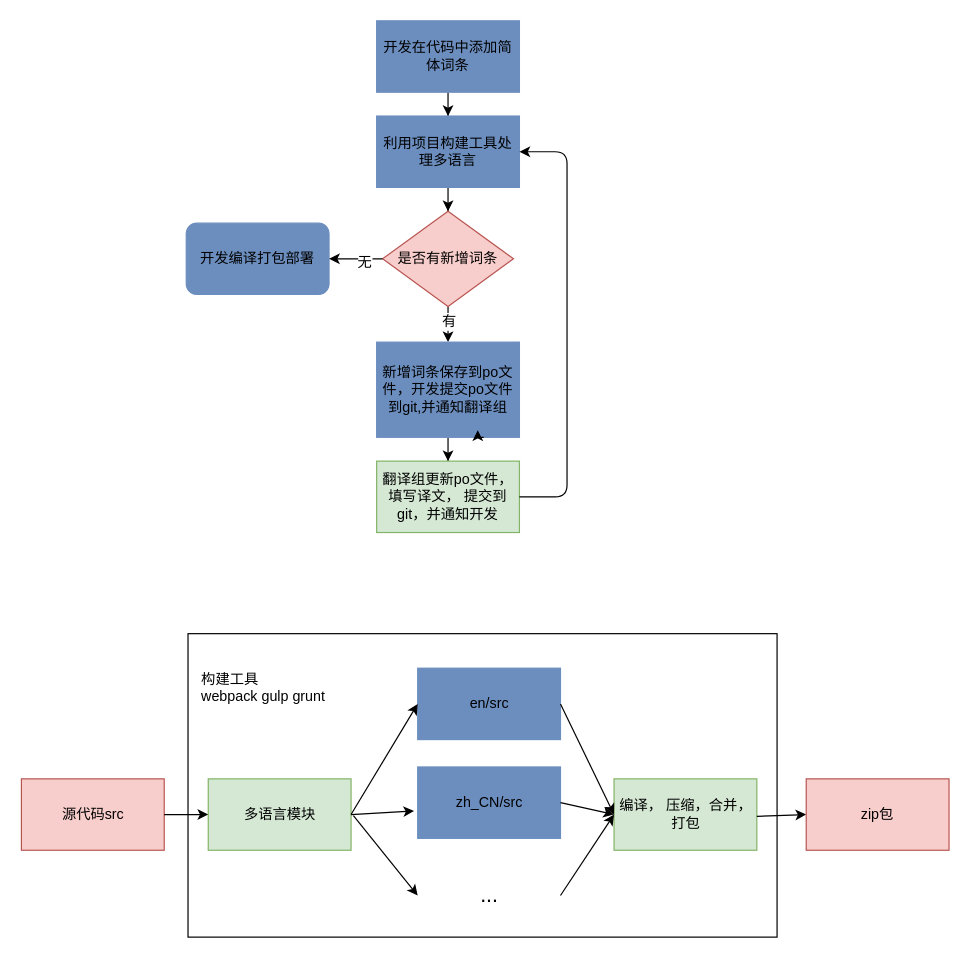
Before: Untitled Diagram.drawio in huanglijiao/workspace, a draw.io diagram. Source tidied: cells renumbered, new cells numbered last; positions are measured from the earlier drawing's top-left corner, leaving out a move shared by most shapes. Both pictures are drawn from the tidied source at 119%, with x=0, y=0 at pixel (21, 20).
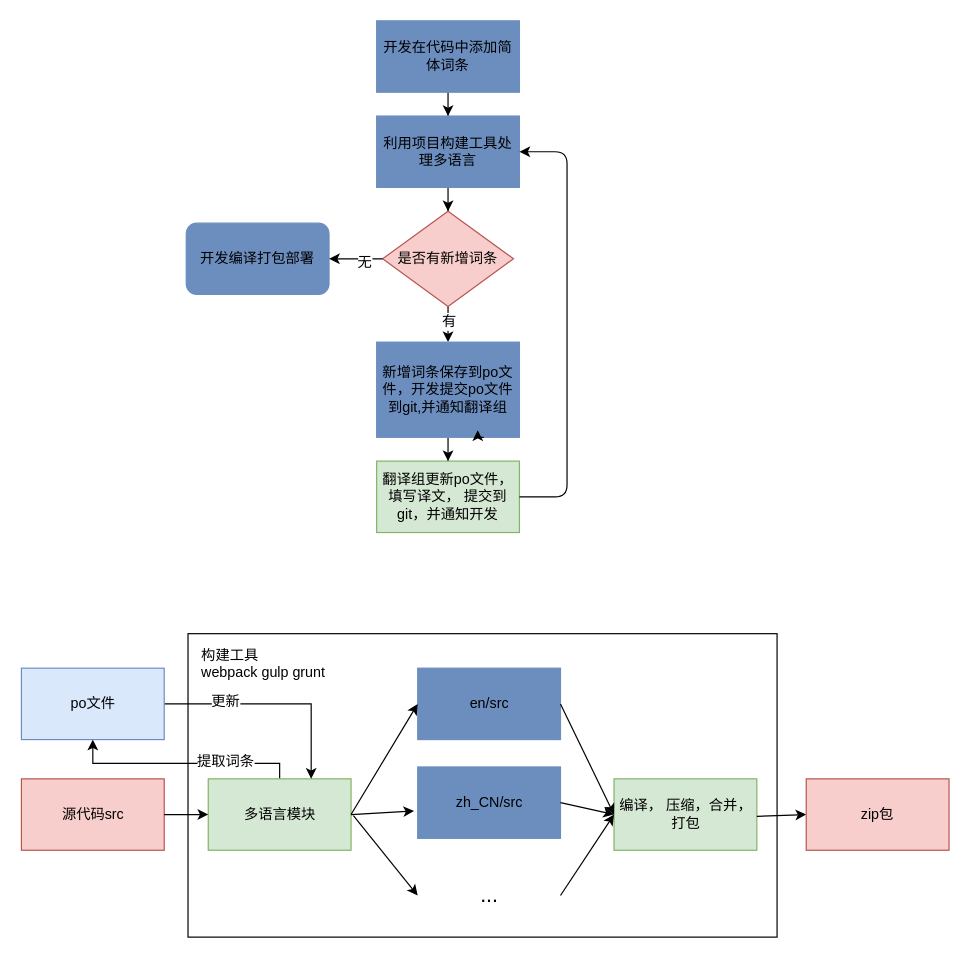
Above is the later version.

Unchanged cells that the change refers to:
```xml
<mxCell id="18" value="多语言模块" style="rounded=0;whiteSpace=wrap;html=1;fillColor=#d5e8d4;strokeColor=#82b366;" parent="1" vertex="1">
  <mxGeometry x="156.5" y="637" width="120" height="60" as="geometry" />
</mxCell>
```

What changed in the source:
```diff
@@
+    <mxCell id="34" style="edgeStyle=orthogonalEdgeStyle;rounded=0;jettySize=auto;html=1;exitX=0.5;exitY=0;exitDx=0;exitDy=0;entryX=0.5;entryY=1;entryDx=0;entryDy=0;strokeWidth=1;" parent="1" edge="1" source="18" target="38">
+      <mxGeometry relative="1" as="geometry">
+        <Array as="points">
+          <mxPoint x="217" y="624" />
+          <mxPoint x="60" y="624" />
+        </Array>
+      </mxGeometry>
+    </mxCell>
+    <mxCell id="35" value="提取词条" style="text;html=1;align=center;verticalAlign=middle;labelBackgroundColor=#ffffff;" parent="34" vertex="1">
+      <mxGeometry x="-0.32" y="-2" relative="1" as="geometry">
+        <mxPoint x="6" as="offset" />
+      </mxGeometry>
+    </mxCell>
@@
     <mxCell id="23" value="构建工具&lt;br&gt;webpack gulp grunt&lt;br&gt;" style="text;html=1;align=left;verticalAlign=top;spacingTop=-4;" parent="1" vertex="1">
-      <mxGeometry x="148.5" y="544" width="114" height="28" as="geometry" />
+      <mxGeometry x="148.5" y="524" width="114" height="28" as="geometry" />
     </mxCell>
@@
+    <mxCell id="36" style="edgeStyle=orthogonalEdgeStyle;rounded=0;jettySize=auto;html=1;exitX=1;exitY=0.5;exitDx=0;exitDy=0;strokeWidth=1;" parent="1" edge="1" source="38" target="18">
+      <mxGeometry relative="1" as="geometry">
+        <Array as="points">
+          <mxPoint x="243" y="574" />
+        </Array>
+      </mxGeometry>
+    </mxCell>
+    <mxCell id="37" value="更新" style="text;html=1;align=center;verticalAlign=middle;labelBackgroundColor=#ffffff;" parent="36" vertex="1">
+      <mxGeometry x="-0.45" y="3" relative="1" as="geometry" />
+    </mxCell>
+    <mxCell id="38" value="po文件" style="rounded=0;whiteSpace=wrap;html=1;fillColor=#dae8fc;strokeColor=#6c8ebf;" parent="1" vertex="1">
+      <mxGeometry x="-0.5" y="544" width="120" height="60" as="geometry" />
+    </mxCell>
```
